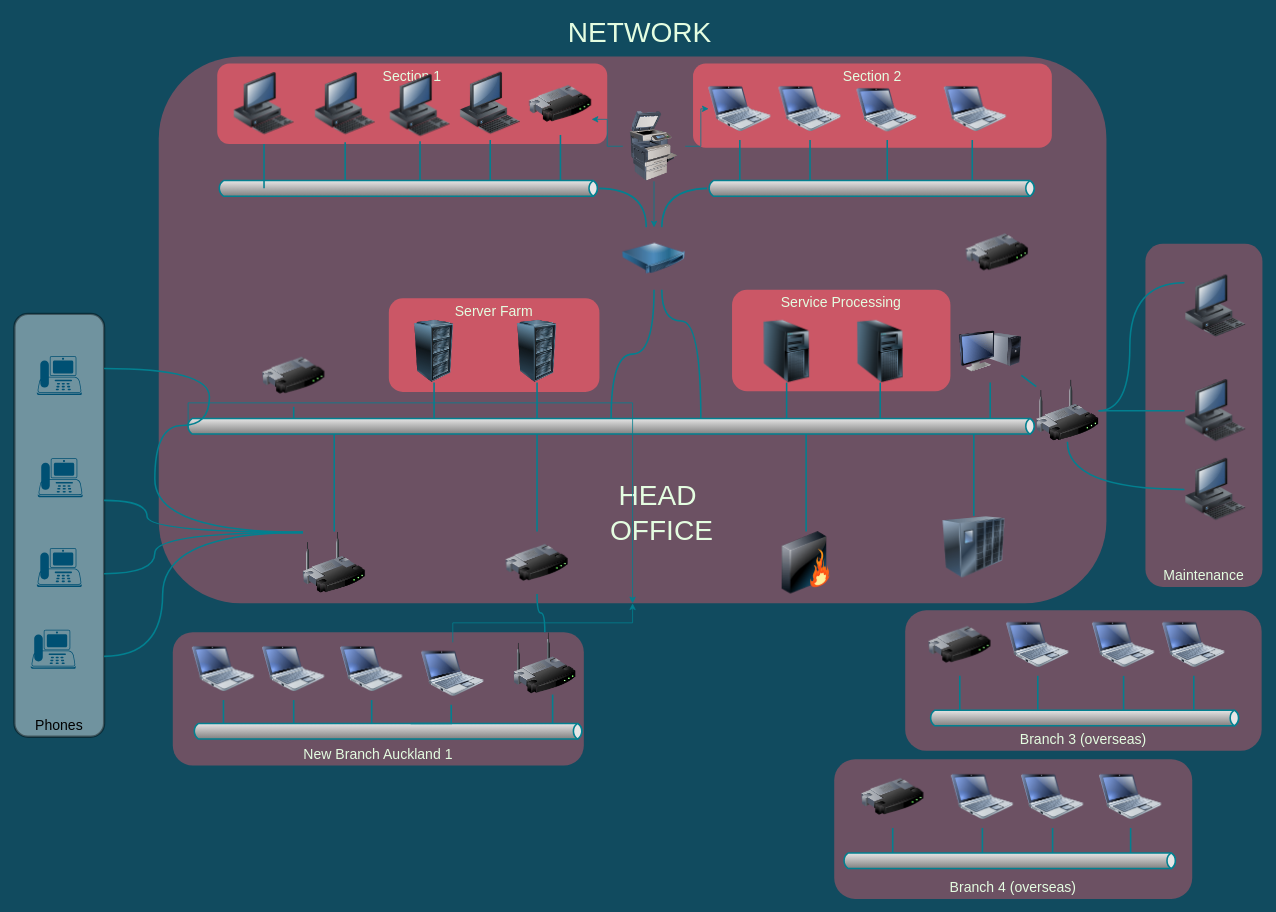
Above: Untitled Diagram.drawio in Kpitooo/whitecliffe (draw.io), before the change. Source tidied: cells renumbered, new cells numbered last; positions are measured from the earlier drawing's top-left corner, leaving out a move shared by most shapes. Both pictures are drawn from the tidied source at 78%, with x=0, y=0 at pixel (14, 13).
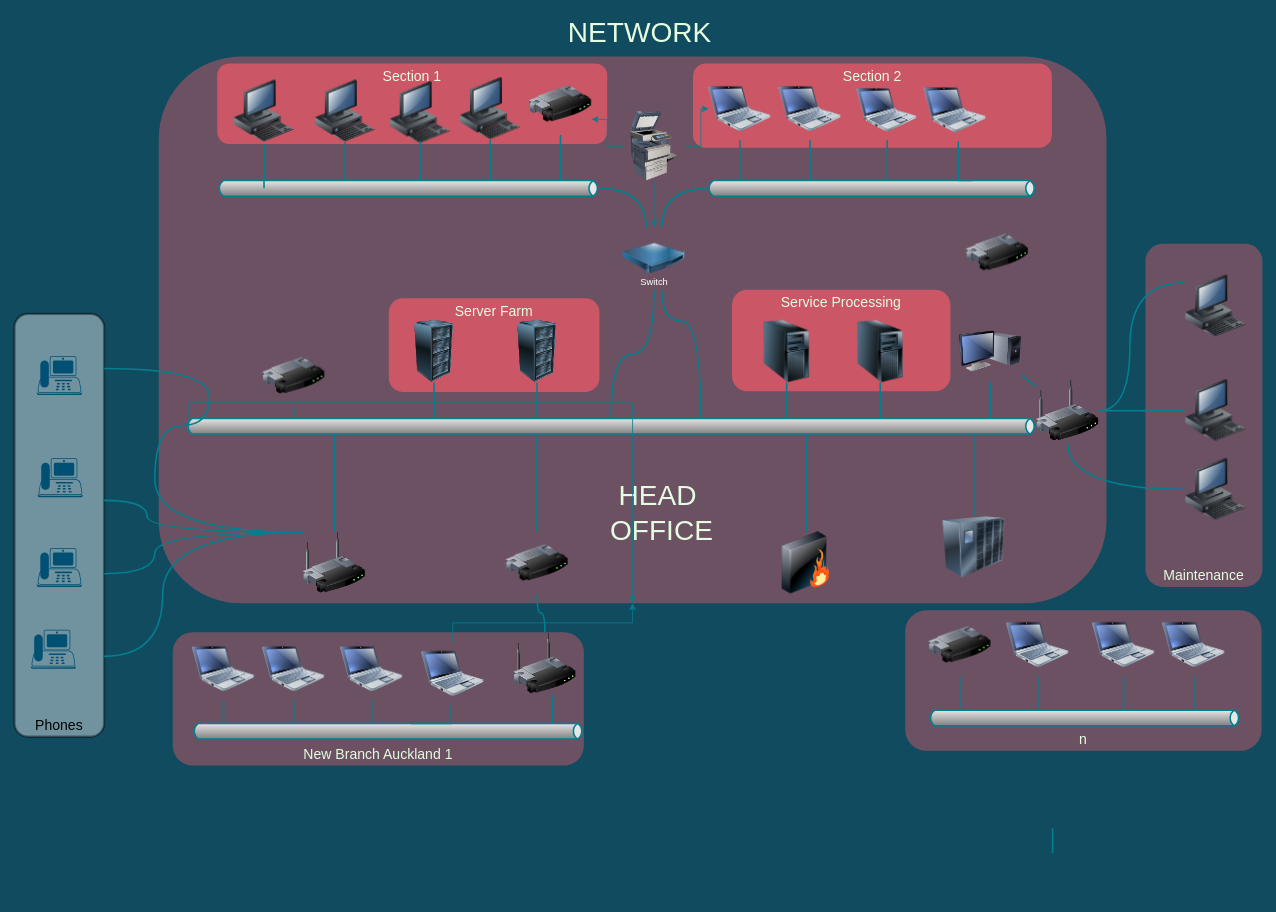
After the change.

Unchanged cells that the change refers to:
```xml
<mxCell id="22" style="strokeWidth=2;strokeColor=#028090;dashed=0;align=center;html=1;fontSize=8;shape=mxgraph.eip.messageChannel;shadow=0;fillColor=#F45B69;fontColor=#E4FDE1;fontStyle=0;" parent="1" vertex="1">
  <mxGeometry x="888" y="214" width="422" height="20" as="geometry" />
</mxCell>
```

The edit, as a diff of the source:
```diff
@@
-    <mxCell id="8" value="Branch 4&lt;span style=&quot;line-height: 17.1818180084229px&quot;&gt;&amp;nbsp;(overseas)&lt;/span&gt;" style="rounded=1;whiteSpace=wrap;html=1;shadow=0;strokeColor=none;fillColor=#F45B69;fontSize=18;fontColor=#E4FDE1;fontStyle=0;verticalAlign=bottom;opacity=40;strokeWidth=3;" parent="1" vertex="1">
-      <mxGeometry x="1051" y="956" width="459" height="179" as="geometry" />
-    </mxCell>
-    <mxCell id="9" value="Branch 3 (overseas)" style="rounded=1;whiteSpace=wrap;html=1;shadow=0;strokeColor=none;fillColor=#F45B69;fontSize=18;fontColor=#E4FDE1;verticalAlign=bottom;fontStyle=0;opacity=40;strokeWidth=3;" parent="1" vertex="1">
+    <mxCell id="9" value="n" style="rounded=1;whiteSpace=wrap;html=1;shadow=0;strokeColor=none;fillColor=#F45B69;fontSize=18;fontColor=#E4FDE1;verticalAlign=bottom;fontStyle=0;opacity=40;strokeWidth=3;" parent="1" vertex="1">
       <mxGeometry x="1142" y="765" width="457" height="180" as="geometry" />
     </mxCell>
@@
     <mxCell id="17" style="image;html=1;image=img/lib/clip_art/computers/Netbook_128x128.png;shadow=0;strokeColor=#028090;fillColor=#F45B69;fontSize=18;fontColor=#E4FDE1;fontStyle=0;labelBackgroundColor=#114B5F;" parent="1" vertex="1">
-      <mxGeometry x="1192" y="82" width="80" height="80" as="geometry" />
+      <mxGeometry x="1166" y="83.5" width="80" height="80" as="geometry" />
     </mxCell>
@@
-    <mxCell id="42" style="image;html=1;image=img/lib/clip_art/computers/Netbook_128x128.png;shadow=0;strokeColor=#028090;fillColor=#F45B69;fontSize=18;fontColor=#E4FDE1;fontStyle=0;labelBackgroundColor=#114B5F;" parent="1" vertex="1">
-      <mxGeometry x="1201" y="964" width="80" height="80" as="geometry" />
-    </mxCell>
-    <mxCell id="43" style="image;html=1;image=img/lib/clip_art/computers/Netbook_128x128.png;shadow=0;strokeColor=#028090;fillColor=#F45B69;fontSize=18;fontColor=#E4FDE1;fontStyle=0;labelBackgroundColor=#114B5F;" parent="1" vertex="1">
-      <mxGeometry x="1291" y="964" width="80" height="80" as="geometry" />
-    </mxCell>
-    <mxCell id="44" style="image;html=1;image=img/lib/clip_art/computers/Netbook_128x128.png;shadow=0;strokeColor=#028090;fillColor=#F45B69;fontSize=18;fontColor=#E4FDE1;fontStyle=0;labelBackgroundColor=#114B5F;" parent="1" vertex="1">
-      <mxGeometry x="1391" y="964" width="80" height="80" as="geometry" />
-    </mxCell>
-    <mxCell id="45" style="strokeWidth=2;strokeColor=#028090;dashed=0;align=center;html=1;fontSize=8;shape=mxgraph.eip.messageChannel;shadow=0;fillColor=#F45B69;fontColor=#E4FDE1;fontStyle=0;" parent="1" vertex="1">
-      <mxGeometry x="1061" y="1076" width="430" height="20" as="geometry" />
-    </mxCell>
@@
     <mxCell id="48" style="image;html=1;image=img/lib/clip_art/computers/Workstation_128x128.png;shadow=0;strokeColor=#028090;fillColor=#F45B69;fontSize=18;fontColor=#E4FDE1;fontStyle=0;labelBackgroundColor=#114B5F;" parent="1" vertex="1">
-      <mxGeometry x="280" y="75.5" width="80" height="80" as="geometry" />
+      <mxGeometry x="280" y="85" width="80" height="80" as="geometry" />
     </mxCell>
     <mxCell id="49" style="image;html=1;image=img/lib/clip_art/computers/Workstation_128x128.png;shadow=0;strokeColor=#028090;fillColor=#F45B69;fontSize=18;fontColor=#E4FDE1;fontStyle=0;labelBackgroundColor=#114B5F;" parent="1" vertex="1">
-      <mxGeometry x="384" y="75.5" width="80" height="80" as="geometry" />
+      <mxGeometry x="384" y="85" width="80" height="80" as="geometry" />
     </mxCell>
     <mxCell id="50" style="image;html=1;image=img/lib/clip_art/computers/Workstation_128x128.png;shadow=0;strokeColor=#028090;fillColor=#F45B69;fontSize=18;fontColor=#E4FDE1;fontStyle=0;labelBackgroundColor=#114B5F;" parent="1" vertex="1">
-      <mxGeometry x="480" y="78" width="80" height="80" as="geometry" />
+      <mxGeometry x="480" y="87" width="80" height="80" as="geometry" />
     </mxCell>
@@
     <mxCell id="63" style="edgeStyle=elbowEdgeStyle;strokeWidth=2;rounded=0;endArrow=none;startArrow=none;startSize=10;endSize=10;dashed=0;html=1;strokeColor=#028090;fontSize=18;fontColor=#E4FDE1;startFill=0;endFill=0;fontStyle=0;labelBackgroundColor=#114B5F;entryX=0;entryY=0;entryDx=340;entryDy=0;entryPerimeter=0;" parent="1" edge="1" source="17" target="22">
-      <mxGeometry relative="1" as="geometry" />
+      <mxGeometry relative="1" as="geometry">
+        <Array as="points">
+          <mxPoint x="1210" y="189" />
+        </Array>
+      </mxGeometry>
     </mxCell>
@@
-    <mxCell id="73" style="image;html=1;image=img/lib/clip_art/networking/Router_128x128.png;shadow=0;strokeColor=#028090;fillColor=#F45B69;fontSize=18;fontColor=#E4FDE1;fontStyle=0;labelBackgroundColor=#114B5F;" parent="1" vertex="1">
-      <mxGeometry x="1086" y="964" width="80" height="80" as="geometry" />
-    </mxCell>
@@
-    <mxCell id="78" style="edgeStyle=elbowEdgeStyle;strokeWidth=2;rounded=0;endArrow=none;startArrow=none;startSize=10;endSize=10;dashed=0;html=1;strokeColor=#028090;fontSize=18;fontColor=#E4FDE1;startFill=0;endFill=0;fontStyle=0;labelBackgroundColor=#114B5F;" parent="1" edge="1" source="42" target="45">
-      <mxGeometry relative="1" as="geometry" />
-    </mxCell>
-    <mxCell id="79" style="edgeStyle=elbowEdgeStyle;strokeWidth=2;rounded=0;endArrow=none;startArrow=none;startSize=10;endSize=10;dashed=0;html=1;strokeColor=#028090;fontSize=18;fontColor=#E4FDE1;startFill=0;endFill=0;fontStyle=0;labelBackgroundColor=#114B5F;" parent="1" edge="1" source="43" target="45">
-      <mxGeometry relative="1" as="geometry" />
+    <mxCell id="79" style="edgeStyle=elbowEdgeStyle;strokeWidth=2;rounded=0;endArrow=none;startArrow=none;startSize=10;endSize=10;dashed=0;html=1;strokeColor=#028090;fontSize=18;fontColor=#E4FDE1;startFill=0;endFill=0;fontStyle=0;labelBackgroundColor=#114B5F;" parent="1" edge="1">
+      <mxGeometry relative="1" as="geometry">
+        <mxPoint x="1331" y="1044" as="sourcePoint" />
+        <mxPoint x="1331" y="1076" as="targetPoint" />
+      </mxGeometry>
     </mxCell>
-    <mxCell id="80" style="edgeStyle=elbowEdgeStyle;strokeWidth=2;rounded=0;endArrow=none;startArrow=none;startSize=10;endSize=10;dashed=0;html=1;strokeColor=#028090;fontSize=18;fontColor=#E4FDE1;startFill=0;endFill=0;fontStyle=0;labelBackgroundColor=#114B5F;" parent="1" edge="1" source="44" target="45">
-      <mxGeometry relative="1" as="geometry" />
-    </mxCell>
-    <mxCell id="81" style="edgeStyle=elbowEdgeStyle;strokeWidth=2;rounded=0;endArrow=none;startArrow=none;startSize=10;endSize=10;dashed=0;html=1;strokeColor=#028090;fontSize=18;fontColor=#E4FDE1;startFill=0;endFill=0;fontStyle=0;labelBackgroundColor=#114B5F;" parent="1" edge="1" source="73" target="45">
-      <mxGeometry relative="1" as="geometry" />
-    </mxCell>
@@
     <mxCell id="90" style="image;html=1;image=img/lib/clip_art/computers/Workstation_128x128.png;shadow=0;strokeColor=#028090;fillColor=#F45B69;fontSize=18;fontColor=#E4FDE1;fontStyle=0;labelBackgroundColor=#114B5F;" parent="1" vertex="1">
-      <mxGeometry x="570" y="75" width="80" height="80" as="geometry" />
+      <mxGeometry x="570" y="82" width="80" height="80" as="geometry" />
     </mxCell>
@@
+    <mxCell id="116" value="&lt;font color=&quot;#ffffff&quot;&gt;Switch&lt;/font&gt;" style="text;html=1;align=center;verticalAlign=middle;fillColor=none;strokeColor=none;rounded=0;" parent="1" vertex="1">
+      <mxGeometry x="790" y="330" width="60" height="30" as="geometry" />
+    </mxCell>
```
